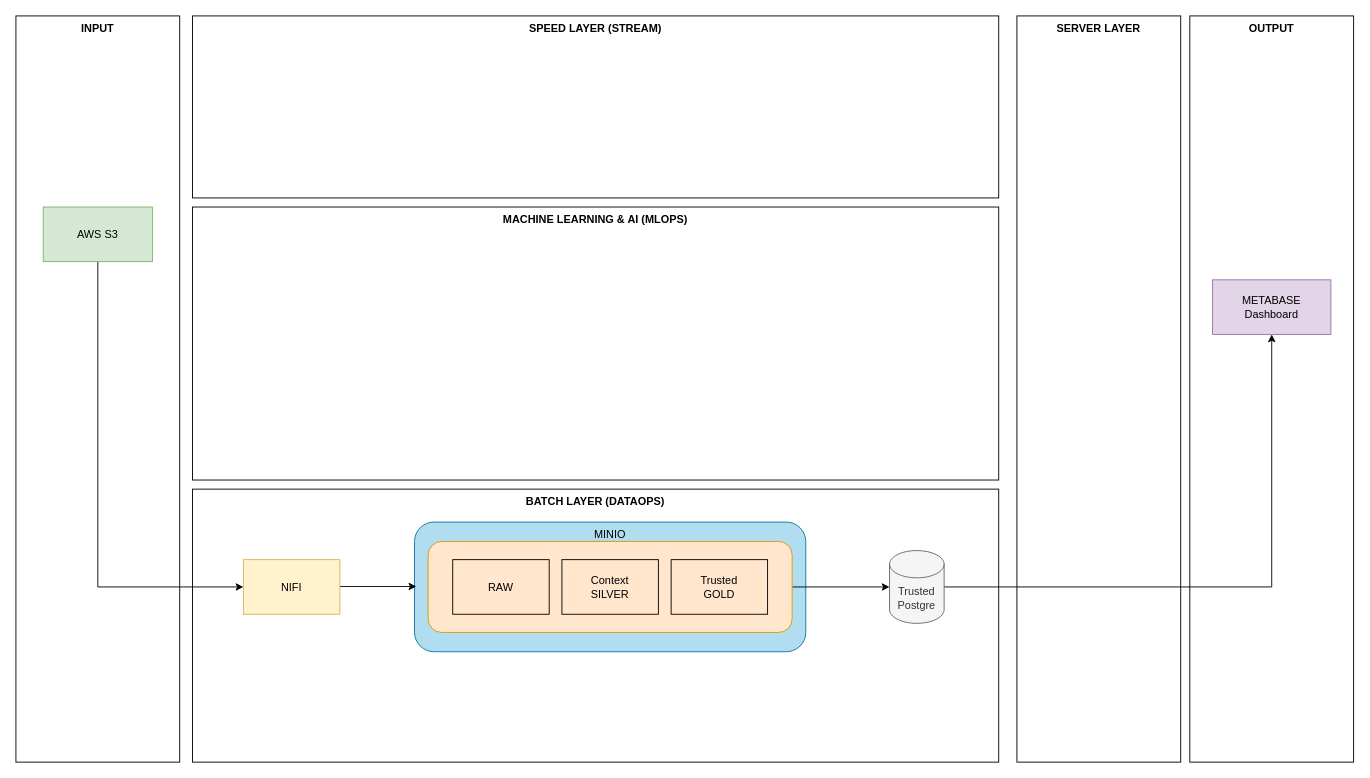
Earlier version of the draw.io diagram page "V1" (1 of 2) of artefatos/Projeto.drawio (almagrosolutions/fia-equipe7). Source tidied: cells renumbered, new cells numbered last; positions are measured from the earlier drawing's top-left corner, leaving out a move shared by most shapes. Both pictures are drawn from the tidied source at 91%, with x=0, y=0 at pixel (15, 15).
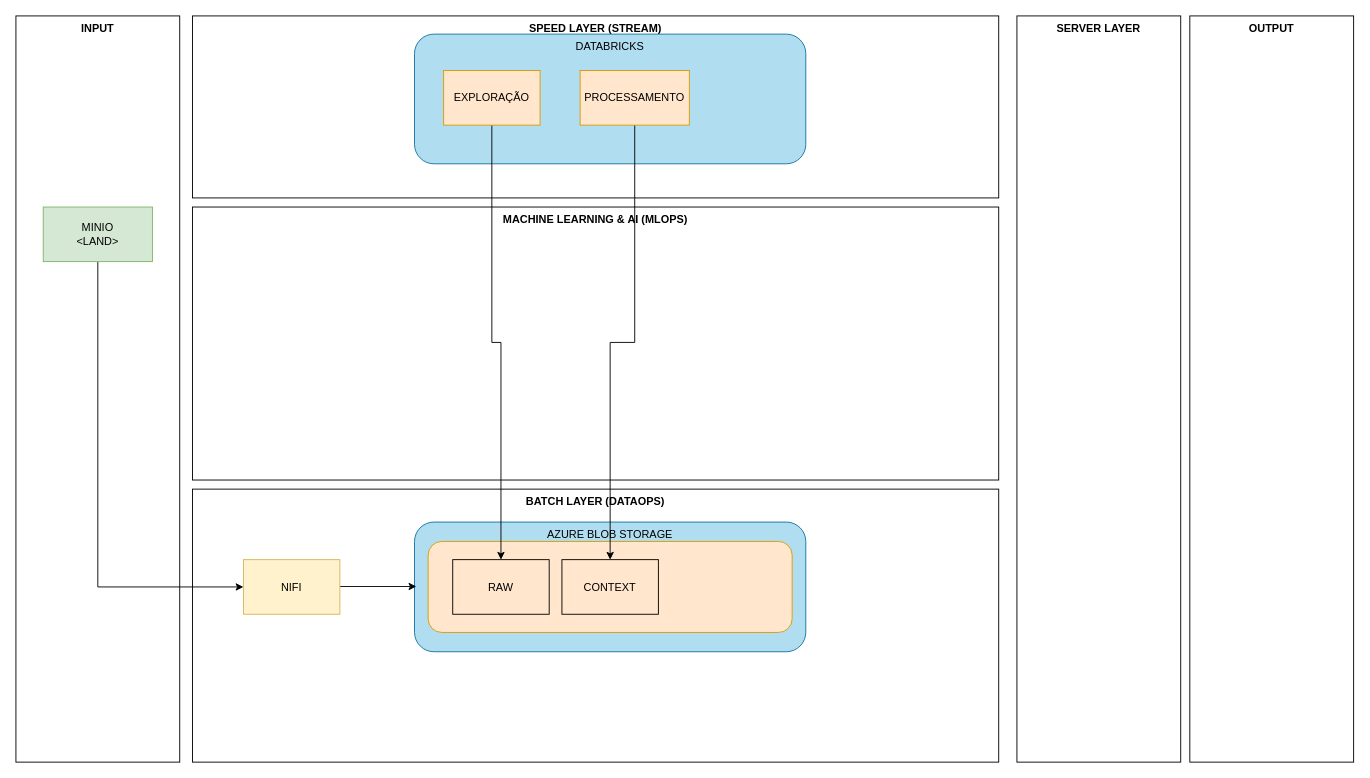
The same page after the edit.

Unchanged cells that the change refers to:
```xml
<mxCell id="16" style="rounded=1;whiteSpace=wrap;html=1;fillColor=#ffe6cc;strokeColor=#d79b00;" parent="1" vertex="1">
  <mxGeometry x="453" y="577.5" width="400" height="100" as="geometry" />
</mxCell>
<mxCell id="20" value="RAW" style="rounded=0;whiteSpace=wrap;html=1;fillColor=none;" parent="1" vertex="1">
  <mxGeometry x="480" y="597.5" width="106" height="60" as="geometry" />
</mxCell>
```

What changed in the source:
```diff
@@
-    <mxCell id="4" value="MINIO" style="rounded=1;whiteSpace=wrap;html=1;fillColor=#b1ddf0;verticalAlign=top;strokeColor=#10739e;" parent="1" vertex="1">
+    <mxCell id="4" value="AZURE BLOB STORAGE" style="rounded=1;whiteSpace=wrap;html=1;fillColor=#b1ddf0;verticalAlign=top;strokeColor=#10739e;" parent="1" vertex="1">
       <mxGeometry x="438" y="556.2" width="430" height="142.5" as="geometry" />
     </mxCell>
@@
-    <mxCell id="9" style="edgeStyle=orthogonalEdgeStyle;rounded=0;jettySize=auto;html=1;startArrow=none;startFill=0;" parent="1" edge="1" source="10" target="19">
-      <mxGeometry relative="1" as="geometry" />
-    </mxCell>
-    <mxCell id="10" value="Trusted&lt;br&gt;Postgre" style="shape=cylinder3;whiteSpace=wrap;html=1;boundedLbl=1;backgroundOutline=1;size=15;fillColor=#f5f5f5;verticalAlign=middle;fontSize=12;fontColor=#333333;strokeColor=#666666;" parent="1" vertex="1">
-      <mxGeometry x="960" y="587.5" width="60" height="80" as="geometry" />
-    </mxCell>
@@
-    <mxCell id="14" value="AWS S3" style="rounded=0;whiteSpace=wrap;html=1;fillColor=#d5e8d4;strokeColor=#82b366;" parent="1" vertex="1">
+    <mxCell id="14" value="MINIO&lt;br&gt;&amp;lt;LAND&amp;gt;" style="rounded=0;whiteSpace=wrap;html=1;fillColor=#d5e8d4;strokeColor=#82b366;" parent="1" vertex="1">
       <mxGeometry x="30" y="210" width="120" height="60" as="geometry" />
     </mxCell>
-    <mxCell id="15" style="edgeStyle=orthogonalEdgeStyle;rounded=0;jettySize=auto;html=1;startArrow=none;startFill=0;" parent="1" edge="1" source="16" target="10">
-      <mxGeometry relative="1" as="geometry" />
-    </mxCell>
@@
-    <mxCell id="17" value="Context&lt;br&gt;SILVER" style="rounded=0;whiteSpace=wrap;html=1;fillColor=none;" parent="1" vertex="1">
+    <mxCell id="17" value="CONTEXT" style="rounded=0;whiteSpace=wrap;html=1;fillColor=none;" parent="1" vertex="1">
       <mxGeometry x="600" y="597.5" width="106" height="60" as="geometry" />
     </mxCell>
-    <mxCell id="18" value="Trusted&lt;br&gt;GOLD" style="rounded=0;whiteSpace=wrap;html=1;fillColor=none;" parent="1" vertex="1">
-      <mxGeometry x="720" y="597.5" width="106" height="60" as="geometry" />
-    </mxCell>
-    <mxCell id="19" value="METABASE&lt;br&gt;Dashboard" style="rounded=0;whiteSpace=wrap;html=1;fontSize=12;fillColor=#e1d5e7;strokeColor=#9673a6;" parent="1" vertex="1">
-      <mxGeometry x="1315" y="290" width="130" height="60" as="geometry" />
-    </mxCell>
@@
+    <mxCell id="21" value="DATABRICKS" style="rounded=1;whiteSpace=wrap;html=1;fillColor=#b1ddf0;verticalAlign=top;strokeColor=#10739e;" parent="1" vertex="1">
+      <mxGeometry x="438" y="20" width="430" height="142.5" as="geometry" />
+    </mxCell>
+    <mxCell id="22" style="edgeStyle=orthogonalEdgeStyle;rounded=0;jettySize=auto;html=1;" parent="1" edge="1" source="23" target="20">
+      <mxGeometry relative="1" as="geometry" />
+    </mxCell>
+    <mxCell id="23" value="EXPLORAÇÃO" style="rounded=0;whiteSpace=wrap;html=1;fillColor=#ffe6cc;strokeColor=#d79b00;" parent="1" vertex="1">
+      <mxGeometry x="470" y="60" width="106" height="60" as="geometry" />
+    </mxCell>
+    <mxCell id="24" style="edgeStyle=orthogonalEdgeStyle;rounded=0;jettySize=auto;html=1;" parent="1" edge="1" source="25" target="17">
+      <mxGeometry relative="1" as="geometry" />
+    </mxCell>
+    <mxCell id="25" value="PROCESSAMENTO" style="rounded=0;whiteSpace=wrap;html=1;fillColor=#ffe6cc;strokeColor=#d79b00;" parent="1" vertex="1">
+      <mxGeometry x="620" y="60" width="120" height="60" as="geometry" />
+    </mxCell>
```
